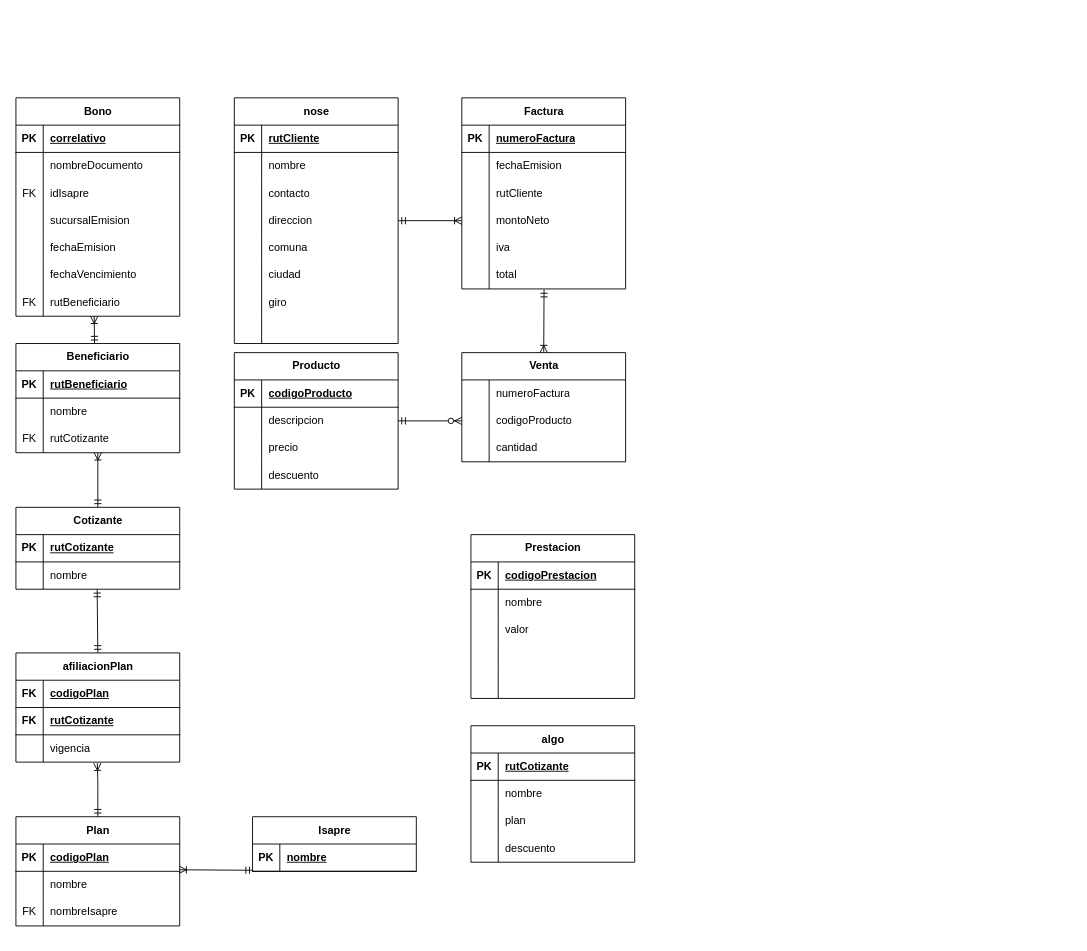
This is tarea22.drawio from C-bastian-compila/diagrams.net, a draw.io file, before an edit. Source tidied: cells renumbered, new cells numbered last; positions are measured from the earlier drawing's top-left corner, leaving out a move shared by most shapes. Both pictures are drawn from the tidied source at 91%, with x=0, y=0 at pixel (15, 97).
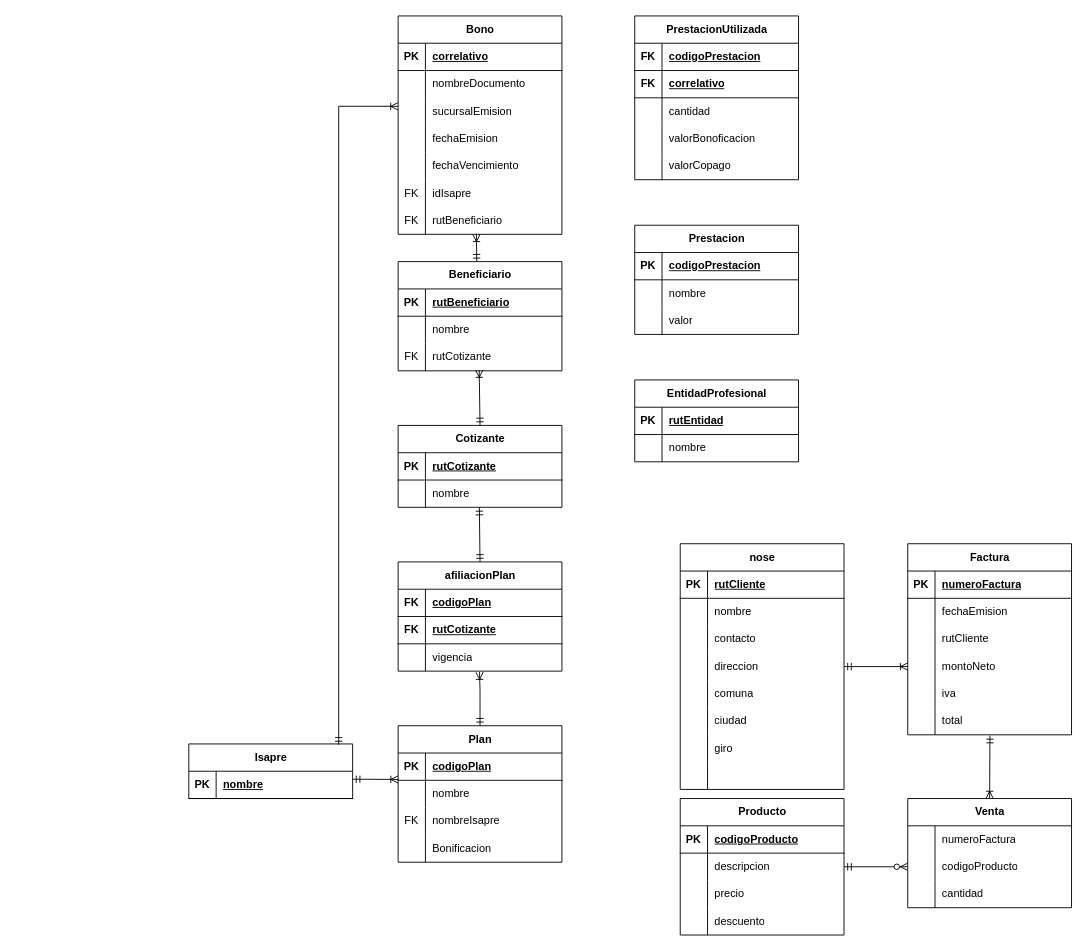
After the change.

Unchanged cells that the change refers to:
```xml
<mxCell id="111" style="shape=tableRow;horizontal=0;startSize=0;swimlaneHead=0;swimlaneBody=0;fillColor=none;points=[[0,0.5],[1,0.5]];portConstraint=eastwest;top=0;left=0;right=0;bottom=1;" parent="110" vertex="1">
  <mxGeometry y="30" width="180" height="30" as="geometry" />
</mxCell>
<mxCell id="122" style="shape=tableRow;horizontal=0;startSize=0;swimlaneHead=0;swimlaneBody=0;fillColor=none;top=0;left=0;right=0;bottom=1;" parent="121" vertex="1">
  <mxGeometry y="30" width="180" height="30" as="geometry" />
</mxCell>
<mxCell id="135" style="shape=tableRow;horizontal=0;startSize=0;swimlaneHead=0;swimlaneBody=0;fillColor=none;points=[[0,0.5],[1,0.5]];portConstraint=eastwest;top=0;left=0;right=0;bottom=1;" parent="134" vertex="1">
  <mxGeometry y="30" width="180" height="30" as="geometry" />
</mxCell>
<mxCell id="151" style="shape=tableRow;horizontal=0;startSize=0;swimlaneHead=0;swimlaneBody=0;fillColor=none;points=[[0,0.5],[1,0.5]];portConstraint=eastwest;top=0;left=0;right=0;bottom=0;" parent="144" vertex="1">
  <mxGeometry y="90" width="180" height="30" as="geometry" />
</mxCell>
<mxCell id="163" style="shape=tableRow;horizontal=0;startSize=0;swimlaneHead=0;swimlaneBody=0;fillColor=none;points=[[0,0.5],[1,0.5]];portConstraint=eastwest;top=0;left=0;right=0;bottom=0;" parent="156" vertex="1">
  <mxGeometry y="90" width="180" height="30" as="geometry" />
</mxCell>
```

Diff of the diagram source:
```diff
@@
     <mxCell id="2" value="Venta" style="shape=table;startSize=30;childLayout=tableLayout;rowLines=0;fontStyle=1;align=center;html=1;" parent="1" vertex="1">
-      <mxGeometry x="490" y="280" width="180" height="120" as="geometry" />
+      <mxGeometry x="980" y="770" width="180" height="120" as="geometry" />
     </mxCell>
@@
     <mxCell id="12" value="Factura" style="shape=table;startSize=30;childLayout=tableLayout;rowLines=0;fontStyle=1;align=center;html=1;" parent="1" vertex="1">
-      <mxGeometry x="490" width="180" height="210" as="geometry" />
+      <mxGeometry x="980" y="490" width="180" height="210" as="geometry" />
     </mxCell>
@@
     <mxCell id="31" value="nose" style="shape=table;startSize=30;childLayout=tableLayout;rowLines=0;fontStyle=1;align=center;html=1;" parent="1" vertex="1">
-      <mxGeometry x="240" width="180" height="270" as="geometry" />
+      <mxGeometry x="730" y="490" width="180" height="270" as="geometry" />
     </mxCell>
@@
     <mxCell id="56" value="Producto" style="shape=table;startSize=30;childLayout=tableLayout;rowLines=0;fontStyle=1;align=center;html=1;" parent="1" vertex="1">
-      <mxGeometry x="240" y="280" width="180" height="150" as="geometry" />
+      <mxGeometry x="730" y="770" width="180" height="150" as="geometry" />
     </mxCell>
@@
     <mxCell id="72" value="Bono" style="shape=table;startSize=30;childLayout=tableLayout;rowLines=0;fontStyle=1;align=center;html=1;" parent="1" vertex="1">
-      <mxGeometry width="180" height="240" as="geometry" />
+      <mxGeometry x="420" y="-90" width="180" height="240" as="geometry" />
     </mxCell>
@@
-    <mxCell id="79" style="shape=tableRow;horizontal=0;startSize=0;swimlaneHead=0;swimlaneBody=0;fillColor=none;top=0;left=0;right=0;bottom=0;" parent="72" vertex="1">
-      <mxGeometry y="90" width="180" height="30" as="geometry" />
-    </mxCell>
-    <mxCell id="80" value="FK" style="shape=partialRectangle;fillColor=none;top=0;left=0;bottom=0;right=0;overflow=hidden;whiteSpace=wrap;html=1;" parent="79" vertex="1">
-      <mxGeometry width="30" height="30" as="geometry" />
-    </mxCell>
-    <mxCell id="81" value="idIsapre" style="shape=partialRectangle;fillColor=none;top=0;left=0;bottom=0;right=0;align=left;spacingLeft=6;overflow=hidden;whiteSpace=wrap;html=1;" parent="79" vertex="1">
-      <mxGeometry x="30" width="150" height="30" as="geometry" />
-    </mxCell>
     <mxCell id="82" style="shape=tableRow;horizontal=0;startSize=0;swimlaneHead=0;swimlaneBody=0;fillColor=none;points=[[0,0.5],[1,0.5]];portConstraint=eastwest;top=0;left=0;right=0;bottom=0;" parent="72" vertex="1">
-      <mxGeometry y="120" width="180" height="30" as="geometry" />
+      <mxGeometry y="90" width="180" height="30" as="geometry" />
     </mxCell>
@@
     <mxCell id="85" style="shape=tableRow;horizontal=0;startSize=0;swimlaneHead=0;swimlaneBody=0;fillColor=none;top=0;left=0;right=0;bottom=0;" parent="72" vertex="1">
-      <mxGeometry y="150" width="180" height="30" as="geometry" />
+      <mxGeometry y="120" width="180" height="30" as="geometry" />
     </mxCell>
@@
     <mxCell id="88" style="shape=tableRow;horizontal=0;startSize=0;swimlaneHead=0;swimlaneBody=0;fillColor=none;top=0;left=0;right=0;bottom=0;" parent="72" vertex="1">
-      <mxGeometry y="180" width="180" height="30" as="geometry" />
+      <mxGeometry y="150" width="180" height="30" as="geometry" />
     </mxCell>
@@
+    <mxCell id="79" style="shape=tableRow;horizontal=0;startSize=0;swimlaneHead=0;swimlaneBody=0;fillColor=none;top=0;left=0;right=0;bottom=0;" parent="72" vertex="1">
+      <mxGeometry y="180" width="180" height="30" as="geometry" />
+    </mxCell>
+    <mxCell id="80" value="FK" style="shape=partialRectangle;fillColor=none;top=0;left=0;bottom=0;right=0;overflow=hidden;whiteSpace=wrap;html=1;" parent="79" vertex="1">
+      <mxGeometry width="30" height="30" as="geometry" />
+    </mxCell>
+    <mxCell id="81" value="idIsapre" style="shape=partialRectangle;fillColor=none;top=0;left=0;bottom=0;right=0;align=left;spacingLeft=6;overflow=hidden;whiteSpace=wrap;html=1;" parent="79" vertex="1">
+      <mxGeometry x="30" width="150" height="30" as="geometry" />
+    </mxCell>
@@
-    <mxCell id="94" value="Prestacion" style="shape=table;startSize=30;childLayout=tableLayout;rowLines=0;fontStyle=1;align=center;html=1;" parent="1" vertex="1">
-      <mxGeometry x="500" y="480" width="180" height="180" as="geometry" />
-    </mxCell>
-    <mxCell id="95" style="shape=tableRow;horizontal=0;startSize=0;swimlaneHead=0;swimlaneBody=0;fillColor=none;top=0;left=0;right=0;bottom=1;" parent="94" vertex="1">
-      <mxGeometry y="30" width="180" height="30" as="geometry" />
-    </mxCell>
-    <mxCell id="96" value="PK" style="shape=partialRectangle;fillColor=none;top=0;left=0;bottom=0;right=0;fontStyle=1;overflow=hidden;whiteSpace=wrap;html=1;" parent="95" vertex="1">
-      <mxGeometry width="30" height="30" as="geometry" />
-    </mxCell>
-    <mxCell id="97" value="codigoPrestacion" style="shape=partialRectangle;fillColor=none;top=0;left=0;bottom=0;right=0;align=left;spacingLeft=6;fontStyle=5;overflow=hidden;whiteSpace=wrap;html=1;" parent="95" vertex="1">
-      <mxGeometry x="30" width="150" height="30" as="geometry" />
-    </mxCell>
-    <mxCell id="98" style="shape=tableRow;horizontal=0;startSize=0;swimlaneHead=0;swimlaneBody=0;fillColor=none;top=0;left=0;right=0;bottom=0;" parent="94" vertex="1">
-      <mxGeometry y="60" width="180" height="30" as="geometry" />
-    </mxCell>
-    <mxCell id="99" style="shape=partialRectangle;fillColor=none;top=0;left=0;bottom=0;right=0;overflow=hidden;whiteSpace=wrap;html=1;" parent="98" vertex="1">
-      <mxGeometry width="30" height="30" as="geometry" />
-    </mxCell>
-    <mxCell id="100" value="nombre" style="shape=partialRectangle;fillColor=none;top=0;left=0;bottom=0;right=0;align=left;spacingLeft=6;overflow=hidden;whiteSpace=wrap;html=1;" parent="98" vertex="1">
-      <mxGeometry x="30" width="150" height="30" as="geometry" />
-    </mxCell>
-    <mxCell id="101" style="shape=tableRow;horizontal=0;startSize=0;swimlaneHead=0;swimlaneBody=0;fillColor=none;top=0;left=0;right=0;bottom=0;" parent="94" vertex="1">
-      <mxGeometry y="90" width="180" height="30" as="geometry" />
-    </mxCell>
-    <mxCell id="102" style="shape=partialRectangle;fillColor=none;top=0;left=0;bottom=0;right=0;overflow=hidden;whiteSpace=wrap;html=1;" parent="101" vertex="1">
-      <mxGeometry width="30" height="30" as="geometry" />
-    </mxCell>
-    <mxCell id="103" value="valor" style="shape=partialRectangle;fillColor=none;top=0;left=0;bottom=0;right=0;align=left;spacingLeft=6;overflow=hidden;whiteSpace=wrap;html=1;" parent="101" vertex="1">
-      <mxGeometry x="30" width="150" height="30" as="geometry" />
-    </mxCell>
-    <mxCell id="104" style="shape=tableRow;horizontal=0;startSize=0;swimlaneHead=0;swimlaneBody=0;fillColor=none;top=0;left=0;right=0;bottom=0;" parent="94" vertex="1">
-      <mxGeometry y="120" width="180" height="30" as="geometry" />
-    </mxCell>
-    <mxCell id="105" style="shape=partialRectangle;fillColor=none;top=0;left=0;bottom=0;right=0;overflow=hidden;whiteSpace=wrap;html=1;" parent="104" vertex="1">
-      <mxGeometry width="30" height="30" as="geometry" />
-    </mxCell>
-    <mxCell id="106" style="shape=partialRectangle;fillColor=none;top=0;left=0;bottom=0;right=0;align=left;spacingLeft=6;overflow=hidden;whiteSpace=wrap;html=1;" parent="104" vertex="1">
-      <mxGeometry x="30" width="150" height="30" as="geometry" />
-    </mxCell>
-    <mxCell id="107" style="shape=tableRow;horizontal=0;startSize=0;swimlaneHead=0;swimlaneBody=0;fillColor=none;top=0;left=0;right=0;bottom=0;" parent="94" vertex="1">
-      <mxGeometry y="150" width="180" height="30" as="geometry" />
-    </mxCell>
-    <mxCell id="108" style="shape=partialRectangle;fillColor=none;top=0;left=0;bottom=0;right=0;overflow=hidden;whiteSpace=wrap;html=1;" parent="107" vertex="1">
-      <mxGeometry width="30" height="30" as="geometry" />
-    </mxCell>
-    <mxCell id="109" style="shape=partialRectangle;fillColor=none;top=0;left=0;bottom=0;right=0;align=left;spacingLeft=6;overflow=hidden;whiteSpace=wrap;html=1;" parent="107" vertex="1">
-      <mxGeometry x="30" width="150" height="30" as="geometry" />
-    </mxCell>
     <mxCell id="110" value="Isapre" style="shape=table;startSize=30;childLayout=tableLayout;rowLines=0;fontStyle=1;align=center;html=1;" parent="1" vertex="1">
-      <mxGeometry x="260" y="790" width="180" height="60" as="geometry" />
+      <mxGeometry x="190" y="710" width="180" height="60" as="geometry" />
     </mxCell>
@@
     <mxCell id="114" value="Cotizante" style="shape=table;startSize=30;childLayout=tableLayout;rowLines=0;fontStyle=1;align=center;html=1;" parent="1" vertex="1">
-      <mxGeometry y="450" width="180" height="90" as="geometry" />
+      <mxGeometry x="420" y="360" width="180" height="90" as="geometry" />
     </mxCell>
@@
-    <mxCell id="121" value="algo" style="shape=table;startSize=30;childLayout=tableLayout;rowLines=0;fontStyle=1;align=center;html=1;" parent="1" vertex="1">
-      <mxGeometry x="500" y="690" width="180" height="150" as="geometry" />
+    <mxCell id="121" value="EntidadProfesional" style="shape=table;startSize=30;childLayout=tableLayout;rowLines=0;fontStyle=1;align=center;html=1;" parent="1" vertex="1">
+      <mxGeometry x="680" y="310" width="180" height="90" as="geometry" />
     </mxCell>
@@
-    <mxCell id="124" value="rutCotizante" style="shape=partialRectangle;fillColor=none;top=0;left=0;bottom=0;right=0;align=left;spacingLeft=6;fontStyle=5;overflow=hidden;whiteSpace=wrap;html=1;" parent="122" vertex="1">
+    <mxCell id="124" value="rutEntidad" style="shape=partialRectangle;fillColor=none;top=0;left=0;bottom=0;right=0;align=left;spacingLeft=6;fontStyle=5;overflow=hidden;whiteSpace=wrap;html=1;" parent="122" vertex="1">
       <mxGeometry x="30" width="150" height="30" as="geometry" />
     </mxCell>
@@
-    <mxCell id="128" style="shape=tableRow;horizontal=0;startSize=0;swimlaneHead=0;swimlaneBody=0;fillColor=none;top=0;left=0;right=0;bottom=0;" parent="121" vertex="1">
-      <mxGeometry y="90" width="180" height="30" as="geometry" />
-    </mxCell>
-    <mxCell id="129" style="shape=partialRectangle;fillColor=none;top=0;left=0;bottom=0;right=0;overflow=hidden;whiteSpace=wrap;html=1;" parent="128" vertex="1">
-      <mxGeometry width="30" height="30" as="geometry" />
-    </mxCell>
-    <mxCell id="130" value="plan" style="shape=partialRectangle;fillColor=none;top=0;left=0;bottom=0;right=0;align=left;spacingLeft=6;overflow=hidden;whiteSpace=wrap;html=1;" parent="128" vertex="1">
-      <mxGeometry x="30" width="150" height="30" as="geometry" />
-    </mxCell>
-    <mxCell id="131" style="shape=tableRow;horizontal=0;startSize=0;swimlaneHead=0;swimlaneBody=0;fillColor=none;top=0;left=0;right=0;bottom=0;" parent="121" vertex="1">
-      <mxGeometry y="120" width="180" height="30" as="geometry" />
-    </mxCell>
-    <mxCell id="132" style="shape=partialRectangle;fillColor=none;top=0;left=0;bottom=0;right=0;overflow=hidden;whiteSpace=wrap;html=1;" parent="131" vertex="1">
-      <mxGeometry width="30" height="30" as="geometry" />
-    </mxCell>
-    <mxCell id="133" value="descuento" style="shape=partialRectangle;fillColor=none;top=0;left=0;bottom=0;right=0;align=left;spacingLeft=6;overflow=hidden;whiteSpace=wrap;html=1;" parent="131" vertex="1">
-      <mxGeometry x="30" width="150" height="30" as="geometry" />
-    </mxCell>
     <mxCell id="134" value="Plan" style="shape=table;startSize=30;childLayout=tableLayout;rowLines=0;fontStyle=1;align=center;html=1;" parent="1" vertex="1">
-      <mxGeometry y="790" width="180" height="120" as="geometry" />
+      <mxGeometry x="420" y="690" width="180" height="150" as="geometry" />
     </mxCell>
@@
+    <mxCell id="169" style="shape=tableRow;horizontal=0;startSize=0;swimlaneHead=0;swimlaneBody=0;fillColor=none;top=0;left=0;right=0;bottom=0;" parent="134" vertex="1">
+      <mxGeometry y="120" width="180" height="30" as="geometry" />
+    </mxCell>
+    <mxCell id="170" style="shape=partialRectangle;fillColor=none;top=0;left=0;bottom=0;right=0;overflow=hidden;whiteSpace=wrap;html=1;" parent="169" vertex="1">
+      <mxGeometry width="30" height="30" as="geometry" />
+    </mxCell>
+    <mxCell id="171" value="Bonificacion" style="shape=partialRectangle;fillColor=none;top=0;left=0;bottom=0;right=0;align=left;spacingLeft=6;overflow=hidden;whiteSpace=wrap;html=1;" parent="169" vertex="1">
+      <mxGeometry x="30" width="150" height="30" as="geometry" />
+    </mxCell>
     <mxCell id="144" value="Beneficiario" style="shape=table;startSize=30;childLayout=tableLayout;rowLines=0;fontStyle=1;align=center;html=1;" parent="1" vertex="1">
-      <mxGeometry y="270" width="180" height="120" as="geometry" />
+      <mxGeometry x="420" y="180" width="180" height="120" as="geometry" />
     </mxCell>
@@
     <mxCell id="154" style="fontSize=12;html=1;endArrow=ERoneToMany;startArrow=ERmandOne;rounded=0;exitX=0.48;exitY=0.001;exitDx=0;exitDy=0;exitPerimeter=0;" parent="1" edge="1" source="144">
       <mxGeometry relative="1" as="geometry">
-        <mxPoint x="86" y="240" as="targetPoint" />
+        <mxPoint x="506" y="150" as="targetPoint" />
       </mxGeometry>
     </mxCell>
-    <mxCell id="155" style="fontSize=12;html=1;endArrow=ERoneToMany;startArrow=ERmandOne;rounded=0;exitX=0.5;exitY=0;exitDx=0;exitDy=0;" parent="1" edge="1" source="114" target="151">
+    <mxCell id="155" style="fontSize=12;html=1;endArrow=ERoneToMany;startArrow=ERmandOne;rounded=0;exitX=0.5;exitY=0;exitDx=0;exitDy=0;entryX=0.495;entryY=0.972;entryDx=0;entryDy=0;entryPerimeter=0;" parent="1" edge="1" source="114" target="151">
       <mxGeometry relative="1" as="geometry" />
     </mxCell>
     <mxCell id="156" value="afiliacionPlan" style="shape=table;startSize=30;childLayout=tableLayout;rowLines=0;fontStyle=1;align=center;html=1;" parent="1" vertex="1">
-      <mxGeometry y="610" width="180" height="120" as="geometry" />
+      <mxGeometry x="420" y="510" width="180" height="120" as="geometry" />
     </mxCell>
@@
     <mxCell id="166" style="fontSize=12;html=1;endArrow=ERoneToMany;startArrow=ERmandOne;rounded=0;exitX=0.5;exitY=0;exitDx=0;exitDy=0;entryX=0.497;entryY=1.037;entryDx=0;entryDy=0;entryPerimeter=0;" parent="1" edge="1" source="134" target="163">
       <mxGeometry relative="1" as="geometry">
         <Array as="points">
-          <mxPoint x="90" y="760" />
-          <mxPoint x="90" y="751" />
+          <mxPoint x="510" y="660" />
+          <mxPoint x="510" y="651" />
         </Array>
       </mxGeometry>
     </mxCell>
@@
-    <mxCell id="168" style="fontSize=12;html=1;endArrow=ERoneToMany;startArrow=ERmandOne;rounded=0;entryX=0.996;entryY=0.944;entryDx=0;entryDy=0;entryPerimeter=0;exitX=0.004;exitY=0.962;exitDx=0;exitDy=0;exitPerimeter=0;" parent="1" edge="1" source="111" target="135">
-      <mxGeometry relative="1" as="geometry" />
+    <mxCell id="168" style="fontSize=12;html=1;endArrow=ERoneToMany;startArrow=ERmandOne;rounded=0;exitX=1;exitY=0.293;exitDx=0;exitDy=0;exitPerimeter=0;" parent="1" edge="1" source="111">
+      <mxGeometry relative="1" as="geometry">
+        <mxPoint x="420" y="749" as="targetPoint" />
+      </mxGeometry>
     </mxCell>
+    <mxCell id="172" style="fontSize=12;html=1;endArrow=ERoneToMany;startArrow=ERmandOne;rounded=0;entryX=-0.001;entryY=0.311;entryDx=0;entryDy=0;entryPerimeter=0;edgeStyle=orthogonalEdgeStyle;exitX=0.915;exitY=0.017;exitDx=0;exitDy=0;exitPerimeter=0;" parent="1" edge="1" source="110" target="82">
+      <mxGeometry relative="1" as="geometry" />
+    </mxCell>
+    <mxCell id="94" value="Prestacion" style="shape=table;startSize=30;childLayout=tableLayout;rowLines=0;fontStyle=1;align=center;html=1;" parent="1" vertex="1">
+      <mxGeometry x="680" y="140" width="180" height="120" as="geometry" />
+    </mxCell>
+    <mxCell id="173" style="shape=tableRow;horizontal=0;startSize=0;swimlaneHead=0;swimlaneBody=0;fillColor=none;top=0;left=0;right=0;bottom=1;" parent="94" vertex="1">
+      <mxGeometry y="30" width="180" height="30" as="geometry" />
+    </mxCell>
+    <mxCell id="96" value="PK" style="shape=partialRectangle;fillColor=none;top=0;left=0;bottom=0;right=0;fontStyle=1;overflow=hidden;whiteSpace=wrap;html=1;" parent="173" vertex="1">
+      <mxGeometry width="30" height="30" as="geometry" />
+    </mxCell>
+    <mxCell id="174" value="codigoPrestacion" style="shape=partialRectangle;fillColor=none;top=0;left=0;bottom=0;right=0;align=left;spacingLeft=6;fontStyle=5;overflow=hidden;whiteSpace=wrap;html=1;" parent="173" vertex="1">
+      <mxGeometry x="30" width="150" height="30" as="geometry" />
+    </mxCell>
+    <mxCell id="98" style="shape=tableRow;horizontal=0;startSize=0;swimlaneHead=0;swimlaneBody=0;fillColor=none;top=0;left=0;right=0;bottom=0;" parent="94" vertex="1">
+      <mxGeometry y="60" width="180" height="30" as="geometry" />
+    </mxCell>
+    <mxCell id="175" style="shape=partialRectangle;fillColor=none;top=0;left=0;bottom=0;right=0;overflow=hidden;whiteSpace=wrap;html=1;" parent="98" vertex="1">
+      <mxGeometry width="30" height="30" as="geometry" />
+    </mxCell>
+    <mxCell id="100" value="nombre" style="shape=partialRectangle;fillColor=none;top=0;left=0;bottom=0;right=0;align=left;spacingLeft=6;overflow=hidden;whiteSpace=wrap;html=1;" parent="98" vertex="1">
+      <mxGeometry x="30" width="150" height="30" as="geometry" />
+    </mxCell>
+    <mxCell id="176" style="shape=tableRow;horizontal=0;startSize=0;swimlaneHead=0;swimlaneBody=0;fillColor=none;top=0;left=0;right=0;bottom=0;" parent="94" vertex="1">
+      <mxGeometry y="90" width="180" height="30" as="geometry" />
+    </mxCell>
+    <mxCell id="177" style="shape=partialRectangle;fillColor=none;top=0;left=0;bottom=0;right=0;overflow=hidden;whiteSpace=wrap;html=1;" parent="176" vertex="1">
+      <mxGeometry width="30" height="30" as="geometry" />
+    </mxCell>
+    <mxCell id="103" value="valor" style="shape=partialRectangle;fillColor=none;top=0;left=0;bottom=0;right=0;align=left;spacingLeft=6;overflow=hidden;whiteSpace=wrap;html=1;" parent="176" vertex="1">
+      <mxGeometry x="30" width="150" height="30" as="geometry" />
+    </mxCell>
+    <mxCell id="178" value="PrestacionUtilizada" style="shape=table;startSize=30;childLayout=tableLayout;rowLines=0;fontStyle=1;align=center;html=1;" parent="1" vertex="1">
+      <mxGeometry x="680" y="-90" width="180" height="180" as="geometry" />
+    </mxCell>
+    <mxCell id="179" style="shape=tableRow;horizontal=0;startSize=0;swimlaneHead=0;swimlaneBody=0;fillColor=none;top=0;left=0;right=0;bottom=1;" parent="178" vertex="1">
+      <mxGeometry y="30" width="180" height="30" as="geometry" />
+    </mxCell>
+    <mxCell id="180" value="FK" style="shape=partialRectangle;fillColor=none;top=0;left=0;bottom=0;right=0;fontStyle=1;overflow=hidden;whiteSpace=wrap;html=1;" parent="179" vertex="1">
+      <mxGeometry width="30" height="30" as="geometry" />
+    </mxCell>
+    <mxCell id="181" value="codigoPrestacion" style="shape=partialRectangle;fillColor=none;top=0;left=0;bottom=0;right=0;align=left;spacingLeft=6;fontStyle=5;overflow=hidden;whiteSpace=wrap;html=1;" parent="179" vertex="1">
+      <mxGeometry x="30" width="150" height="30" as="geometry" />
+    </mxCell>
+    <mxCell id="182" style="shape=tableRow;horizontal=0;startSize=0;swimlaneHead=0;swimlaneBody=0;fillColor=none;top=0;left=0;right=0;bottom=1;" parent="178" vertex="1">
+      <mxGeometry y="60" width="180" height="30" as="geometry" />
+    </mxCell>
+    <mxCell id="183" value="FK" style="shape=partialRectangle;fillColor=none;top=0;left=0;bottom=0;right=0;fontStyle=1;overflow=hidden;whiteSpace=wrap;html=1;" parent="182" vertex="1">
+      <mxGeometry width="30" height="30" as="geometry" />
+    </mxCell>
+    <mxCell id="184" value="correlativo" style="shape=partialRectangle;fillColor=none;top=0;left=0;bottom=0;right=0;align=left;spacingLeft=6;fontStyle=5;overflow=hidden;whiteSpace=wrap;html=1;" parent="182" vertex="1">
+      <mxGeometry x="30" width="150" height="30" as="geometry" />
+    </mxCell>
+    <mxCell id="185" style="shape=tableRow;horizontal=0;startSize=0;swimlaneHead=0;swimlaneBody=0;fillColor=none;top=0;left=0;right=0;bottom=0;" parent="178" vertex="1">
+      <mxGeometry y="90" width="180" height="30" as="geometry" />
+    </mxCell>
+    <mxCell id="186" style="shape=partialRectangle;fillColor=none;top=0;left=0;bottom=0;right=0;overflow=hidden;whiteSpace=wrap;html=1;" parent="185" vertex="1">
+      <mxGeometry width="30" height="30" as="geometry" />
+    </mxCell>
+    <mxCell id="187" value="cantidad" style="shape=partialRectangle;fillColor=none;top=0;left=0;bottom=0;right=0;align=left;spacingLeft=6;overflow=hidden;whiteSpace=wrap;html=1;" parent="185" vertex="1">
+      <mxGeometry x="30" width="150" height="30" as="geometry" />
+    </mxCell>
+    <mxCell id="188" style="shape=tableRow;horizontal=0;startSize=0;swimlaneHead=0;swimlaneBody=0;fillColor=none;top=0;left=0;right=0;bottom=0;" parent="178" vertex="1">
+      <mxGeometry y="120" width="180" height="30" as="geometry" />
+    </mxCell>
+    <mxCell id="189" style="shape=partialRectangle;fillColor=none;top=0;left=0;bottom=0;right=0;overflow=hidden;whiteSpace=wrap;html=1;" parent="188" vertex="1">
+      <mxGeometry width="30" height="30" as="geometry" />
+    </mxCell>
+    <mxCell id="190" value="valorBonoficacion" style="shape=partialRectangle;fillColor=none;top=0;left=0;bottom=0;right=0;align=left;spacingLeft=6;overflow=hidden;whiteSpace=wrap;html=1;" parent="188" vertex="1">
+      <mxGeometry x="30" width="150" height="30" as="geometry" />
+    </mxCell>
+    <mxCell id="107" style="shape=tableRow;horizontal=0;startSize=0;swimlaneHead=0;swimlaneBody=0;fillColor=none;top=0;left=0;right=0;bottom=0;" parent="178" vertex="1">
+      <mxGeometry y="150" width="180" height="30" as="geometry" />
+    </mxCell>
+    <mxCell id="191" style="shape=partialRectangle;fillColor=none;top=0;left=0;bottom=0;right=0;overflow=hidden;whiteSpace=wrap;html=1;" parent="107" vertex="1">
+      <mxGeometry width="30" height="30" as="geometry" />
+    </mxCell>
+    <mxCell id="192" value="valorCopago" style="shape=partialRectangle;fillColor=none;top=0;left=0;bottom=0;right=0;align=left;spacingLeft=6;overflow=hidden;whiteSpace=wrap;html=1;" parent="107" vertex="1">
+      <mxGeometry x="30" width="150" height="30" as="geometry" />
+    </mxCell>
```
